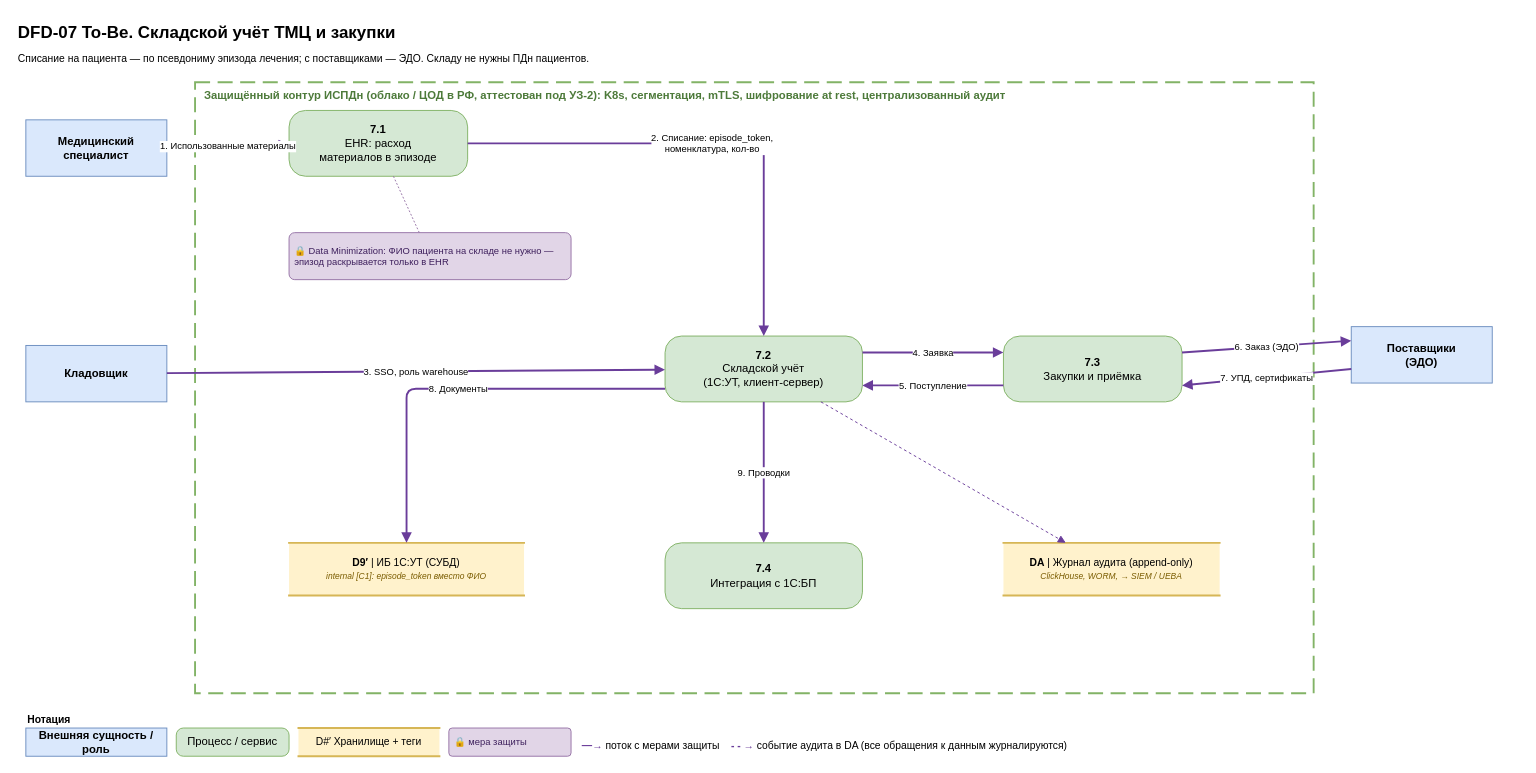
The draw.io diagram Task1/dfd/DFD-07-inventory.drawio in SiritosKon/architecture-medikamente, before the edit. Source tidied: cells renumbered, new cells numbered last; positions are measured from the earlier drawing's top-left corner, leaving out a move shared by most shapes. Both pictures are drawn from the tidied source at 94%, with x=0, y=0 at pixel (16, 16).
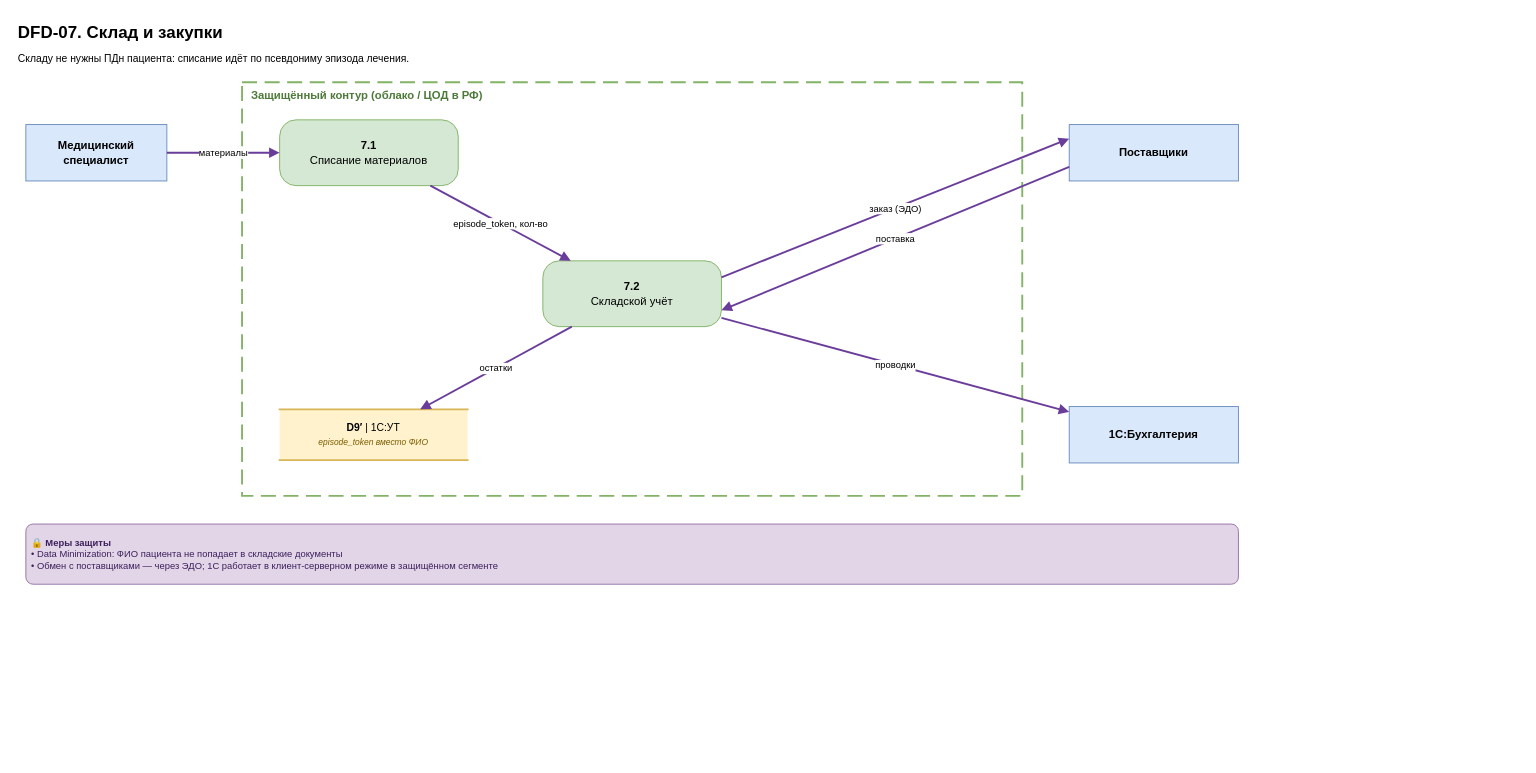
The same diagram, later.

Change to the diagram source:
```diff
@@
-    <mxCell id="2" value="DFD-07 To-Be. Складской учёт ТМЦ и закупки" style="text;html=1;align=left;verticalAlign=top;fontSize=18;fontStyle=1;whiteSpace=wrap;" parent="1" vertex="1">
-      <mxGeometry width="1600" height="30" as="geometry" />
+    <mxCell id="2" value="DFD-07. Склад и закупки" style="text;html=1;align=left;verticalAlign=top;fontSize=18;fontStyle=1;whiteSpace=wrap;" parent="1" vertex="1">
+      <mxGeometry width="1320" height="30" as="geometry" />
     </mxCell>
-    <mxCell id="3" value="Списание на пациента — по псевдониму эпизода лечения; с поставщиками — ЭДО. Складу не нужны ПДн пациентов." style="text;html=1;align=left;verticalAlign=top;fontSize=11;whiteSpace=wrap;" parent="1" vertex="1">
-      <mxGeometry y="32" width="1600" height="30" as="geometry" />
+    <mxCell id="3" value="Складу не нужны ПДн пациента: списание идёт по псевдониму эпизода лечения." style="text;html=1;align=left;verticalAlign=top;fontSize=11;whiteSpace=wrap;" parent="1" vertex="1">
+      <mxGeometry y="32" width="1320" height="24" as="geometry" />
     </mxCell>
-    <mxCell id="4" value="Защищённый контур ИСПДн (облако / ЦОД в РФ, аттестован под УЗ-2): K8s, сегментация, mTLS, шифрование at rest, централизованный аудит" style="rounded=0;whiteSpace=wrap;html=1;dashed=1;dashPattern=8 4;fillColor=none;strokeColor=#82b366;strokeWidth=2;verticalAlign=top;align=left;spacingLeft=8;fontColor=#4d7a3a;fontStyle=1;fontSize=12;" parent="1" vertex="1">
-      <mxGeometry x="190" y="70" width="1190" height="650" as="geometry" />
+    <mxCell id="4" value="Защищённый контур (облако / ЦОД в РФ)" style="rounded=0;whiteSpace=wrap;html=1;dashed=1;dashPattern=8 4;fillColor=none;strokeColor=#82b366;strokeWidth=2;verticalAlign=top;align=left;spacingLeft=8;fontColor=#4d7a3a;fontStyle=1;fontSize=12;" parent="1" vertex="1">
+      <mxGeometry x="240" y="70" width="830" height="440" as="geometry" />
     </mxCell>
-    <mxCell id="5" value="&lt;b&gt;Нотация&lt;/b&gt;" style="text;html=1;align=left;verticalAlign=top;fontSize=11;whiteSpace=wrap;" parent="1" vertex="1">
-      <mxGeometry x="10" y="735" width="250" height="20" as="geometry" />
+    <mxCell id="5" value="Медицинский&lt;br&gt;специалист" style="rounded=0;whiteSpace=wrap;html=1;fillColor=#dae8fc;strokeColor=#6c8ebf;fontStyle=1;fontSize=12;" parent="1" vertex="1">
+      <mxGeometry x="10" y="115" width="150" height="60" as="geometry" />
     </mxCell>
-    <mxCell id="6" value="Внешняя сущность / роль" style="rounded=0;whiteSpace=wrap;html=1;fillColor=#dae8fc;strokeColor=#6c8ebf;fontStyle=1;fontSize=12;" parent="1" vertex="1">
-      <mxGeometry x="10" y="757" width="150" height="30" as="geometry" />
+    <mxCell id="6" value="Поставщики" style="rounded=0;whiteSpace=wrap;html=1;fillColor=#dae8fc;strokeColor=#6c8ebf;fontStyle=1;fontSize=12;" parent="1" vertex="1">
+      <mxGeometry x="1120" y="115" width="180" height="60" as="geometry" />
     </mxCell>
-    <mxCell id="7" value="Процесс / сервис" style="rounded=1;arcSize=25;whiteSpace=wrap;html=1;fillColor=#d5e8d4;strokeColor=#82b366;fontSize=12;" parent="1" vertex="1">
-      <mxGeometry x="170" y="757" width="120" height="30" as="geometry" />
+    <mxCell id="7" value="1С:Бухгалтерия" style="rounded=0;whiteSpace=wrap;html=1;fillColor=#dae8fc;strokeColor=#6c8ebf;fontStyle=1;fontSize=12;" parent="1" vertex="1">
+      <mxGeometry x="1120" y="415" width="180" height="60" as="geometry" />
     </mxCell>
-    <mxCell id="8" value="D#′ Хранилище + теги" style="shape=partialRectangle;whiteSpace=wrap;html=1;left=0;right=0;fillColor=#fff2cc;strokeColor=#d6b656;strokeWidth=2;fontSize=11;" parent="1" vertex="1">
-      <mxGeometry x="300" y="757" width="150" height="30" as="geometry" />
+    <mxCell id="8" value="&lt;b&gt;7.1&lt;/b&gt;&lt;br&gt;Списание материалов" style="rounded=1;arcSize=25;whiteSpace=wrap;html=1;fillColor=#d5e8d4;strokeColor=#82b366;fontSize=12;" parent="1" vertex="1">
+      <mxGeometry x="280" y="110" width="190" height="70" as="geometry" />
     </mxCell>
-    <mxCell id="9" value="🔒 мера защиты" style="rounded=1;whiteSpace=wrap;html=1;fillColor=#e1d5e7;strokeColor=#9673a6;fontColor=#3d1f5c;fontSize=10;align=left;spacingLeft=4;arcSize=12;" parent="1" vertex="1">
-      <mxGeometry x="460" y="757" width="130" height="30" as="geometry" />
+    <mxCell id="9" value="&lt;b&gt;7.2&lt;/b&gt;&lt;br&gt;Складской учёт" style="rounded=1;arcSize=25;whiteSpace=wrap;html=1;fillColor=#d5e8d4;strokeColor=#82b366;fontSize=12;" parent="1" vertex="1">
+      <mxGeometry x="560" y="260" width="190" height="70" as="geometry" />
     </mxCell>
-    <mxCell id="10" value="&lt;font color=&quot;#6a3d9a&quot;&gt;&lt;b&gt;—→&lt;/b&gt;&lt;/font&gt; поток с мерами защиты &amp;nbsp;&amp;nbsp; &lt;font color=&quot;#6a3d9a&quot;&gt;&lt;b&gt;- - →&lt;/b&gt;&lt;/font&gt; событие аудита в DA (все обращения к данным журналируются)" style="text;html=1;align=left;verticalAlign=top;fontSize=11;whiteSpace=wrap;" parent="1" vertex="1">
-      <mxGeometry x="600" y="763" width="600" height="20" as="geometry" />
+    <mxCell id="10" value="&lt;b&gt;D9′&lt;/b&gt; | 1С:УТ&lt;br&gt;&lt;i&gt;&lt;font style=&quot;font-size:9px&quot; color=&quot;#7a5c00&quot;&gt;episode_token вместо ФИО&lt;/font&gt;&lt;/i&gt;" style="shape=partialRectangle;whiteSpace=wrap;html=1;left=0;right=0;fillColor=#fff2cc;strokeColor=#d6b656;strokeWidth=2;fontSize=11;" parent="1" vertex="1">
+      <mxGeometry x="280" y="418" width="200" height="54" as="geometry" />
     </mxCell>
-    <mxCell id="11" value="Медицинский&lt;br&gt;специалист" style="rounded=0;whiteSpace=wrap;html=1;fillColor=#dae8fc;strokeColor=#6c8ebf;fontStyle=1;fontSize=12;" parent="1" vertex="1">
-      <mxGeometry x="10" y="110" width="150" height="60" as="geometry" />
+    <mxCell id="11" value="материалы" style="html=1;endArrow=block;endFill=1;strokeColor=#6a3d9a;strokeWidth=2;fontSize=10;labelBackgroundColor=#ffffff;" parent="1" edge="1" source="5" target="8">
+      <mxGeometry relative="1" as="geometry" />
     </mxCell>
-    <mxCell id="12" value="Кладовщик" style="rounded=0;whiteSpace=wrap;html=1;fillColor=#dae8fc;strokeColor=#6c8ebf;fontStyle=1;fontSize=12;" parent="1" vertex="1">
-      <mxGeometry x="10" y="350" width="150" height="60" as="geometry" />
+    <mxCell id="12" value="episode_token, кол-во" style="html=1;endArrow=block;endFill=1;strokeColor=#6a3d9a;strokeWidth=2;fontSize=10;labelBackgroundColor=#ffffff;" parent="1" edge="1" source="8" target="9">
+      <mxGeometry relative="1" as="geometry" />
     </mxCell>
-    <mxCell id="13" value="Поставщики&lt;br&gt;(ЭДО)" style="rounded=0;whiteSpace=wrap;html=1;fillColor=#dae8fc;strokeColor=#6c8ebf;fontStyle=1;fontSize=12;" parent="1" vertex="1">
-      <mxGeometry x="1420" y="330" width="150" height="60" as="geometry" />
+    <mxCell id="13" value="заказ (ЭДО)" style="html=1;endArrow=block;endFill=1;strokeColor=#6a3d9a;strokeWidth=2;fontSize=10;labelBackgroundColor=#ffffff;exitX=1;exitY=0.24999999999999997;exitDx=0;exitDy=0;entryX=0;entryY=0.24999999999999997;entryDx=0;entryDy=0;" parent="1" edge="1" source="9" target="6">
+      <mxGeometry relative="1" as="geometry" />
     </mxCell>
-    <mxCell id="14" value="&lt;b&gt;7.1&lt;/b&gt;&lt;br&gt;EHR: расход&lt;br&gt;материалов в эпизоде" style="rounded=1;arcSize=25;whiteSpace=wrap;html=1;fillColor=#d5e8d4;strokeColor=#82b366;fontSize=12;" parent="1" vertex="1">
-      <mxGeometry x="290" y="100" width="190" height="70" as="geometry" />
+    <mxCell id="14" value="поставка" style="html=1;endArrow=block;endFill=1;strokeColor=#6a3d9a;strokeWidth=2;fontSize=10;labelBackgroundColor=#ffffff;exitX=0;exitY=0.75;exitDx=0;exitDy=0;entryX=1;entryY=0.75;entryDx=0;entryDy=0;" parent="1" edge="1" source="6" target="9">
+      <mxGeometry relative="1" as="geometry" />
     </mxCell>
-    <mxCell id="15" value="&lt;b&gt;7.2&lt;/b&gt;&lt;br&gt;Складской учёт&lt;br&gt;(1С:УТ, клиент-сервер)" style="rounded=1;arcSize=25;whiteSpace=wrap;html=1;fillColor=#d5e8d4;strokeColor=#82b366;fontSize=12;" parent="1" vertex="1">
-      <mxGeometry x="690" y="340" width="210" height="70" as="geometry" />
+    <mxCell id="15" value="остатки" style="html=1;endArrow=block;endFill=1;strokeColor=#6a3d9a;strokeWidth=2;fontSize=10;labelBackgroundColor=#ffffff;" parent="1" edge="1" source="9" target="10">
+      <mxGeometry relative="1" as="geometry" />
     </mxCell>
-    <mxCell id="16" value="&lt;b&gt;7.3&lt;/b&gt;&lt;br&gt;Закупки и приёмка" style="rounded=1;arcSize=25;whiteSpace=wrap;html=1;fillColor=#d5e8d4;strokeColor=#82b366;fontSize=12;" parent="1" vertex="1">
-      <mxGeometry x="1050" y="340" width="190" height="70" as="geometry" />
+    <mxCell id="16" value="проводки" style="html=1;endArrow=block;endFill=1;strokeColor=#6a3d9a;strokeWidth=2;fontSize=10;labelBackgroundColor=#ffffff;" parent="1" edge="1" source="9" target="7">
+      <mxGeometry relative="1" as="geometry" />
     </mxCell>
-    <mxCell id="17" value="&lt;b&gt;7.4&lt;/b&gt;&lt;br&gt;Интеграция с 1С:БП" style="rounded=1;arcSize=25;whiteSpace=wrap;html=1;fillColor=#d5e8d4;strokeColor=#82b366;fontSize=12;" parent="1" vertex="1">
-      <mxGeometry x="690" y="560" width="210" height="70" as="geometry" />
+    <mxCell id="17" value="&lt;b&gt;🔒 Меры защиты&lt;/b&gt;&lt;br&gt;• Data Minimization: ФИО пациента не попадает в складские документы&lt;br&gt;• Обмен с поставщиками — через ЭДО; 1С работает в клиент-серверном режиме в защищённом сегменте" style="rounded=1;whiteSpace=wrap;html=1;fillColor=#e1d5e7;strokeColor=#9673a6;fontColor=#3d1f5c;fontSize=10;align=left;spacingLeft=4;arcSize=12;" parent="1" vertex="1">
+      <mxGeometry x="10" y="540" width="1290" height="64" as="geometry" />
     </mxCell>
-    <mxCell id="18" value="&lt;b&gt;D9′&lt;/b&gt; | ИБ 1С:УТ (СУБД)&lt;br&gt;&lt;i&gt;&lt;font style=&quot;font-size:9px&quot; color=&quot;#7a5c00&quot;&gt;internal [C1]: episode_token вместо ФИО&lt;/font&gt;&lt;/i&gt;" style="shape=partialRectangle;whiteSpace=wrap;html=1;left=0;right=0;fillColor=#fff2cc;strokeColor=#d6b656;strokeWidth=2;fontSize=11;" parent="1" vertex="1">
-      <mxGeometry x="290" y="560" width="250" height="56" as="geometry" />
-    </mxCell>
-    <mxCell id="19" value="1. Использованные материалы" style="html=1;endArrow=block;endFill=1;strokeColor=#6a3d9a;strokeWidth=2;fontSize=10;labelBackgroundColor=#ffffff;" parent="1" edge="1" source="11" target="14">
-      <mxGeometry relative="1" as="geometry" />
-    </mxCell>
-    <mxCell id="20" value="2. Списание: episode_token,&lt;br&gt;номенклатура, кол-во" style="html=1;endArrow=block;endFill=1;strokeColor=#6a3d9a;strokeWidth=2;fontSize=10;labelBackgroundColor=#ffffff;exitX=1;exitY=0.5;exitDx=0;exitDy=0;entryX=0.5;entryY=0;entryDx=0;entryDy=0;" parent="1" edge="1" source="14" target="15">
-      <mxGeometry relative="1" as="geometry">
-        <Array as="points">
-          <mxPoint x="795" y="135" />
-        </Array>
-      </mxGeometry>
-    </mxCell>
-    <mxCell id="21" value="3. SSO, роль warehouse" style="html=1;endArrow=block;endFill=1;strokeColor=#6a3d9a;strokeWidth=2;fontSize=10;labelBackgroundColor=#ffffff;" parent="1" edge="1" source="12" target="15">
-      <mxGeometry relative="1" as="geometry" />
-    </mxCell>
-    <mxCell id="22" value="4. Заявка" style="html=1;endArrow=block;endFill=1;strokeColor=#6a3d9a;strokeWidth=2;fontSize=10;labelBackgroundColor=#ffffff;exitX=1;exitY=0.24999999999999997;exitDx=0;exitDy=0;entryX=0;entryY=0.24999999999999997;entryDx=0;entryDy=0;" parent="1" edge="1" source="15" target="16">
-      <mxGeometry relative="1" as="geometry" />
-    </mxCell>
-    <mxCell id="23" value="5. Поступление" style="html=1;endArrow=block;endFill=1;strokeColor=#6a3d9a;strokeWidth=2;fontSize=10;labelBackgroundColor=#ffffff;exitX=0;exitY=0.75;exitDx=0;exitDy=0;entryX=1;entryY=0.75;entryDx=0;entryDy=0;" parent="1" edge="1" source="16" target="15">
-      <mxGeometry relative="1" as="geometry" />
-    </mxCell>
-    <mxCell id="24" value="6. Заказ (ЭДО)" style="html=1;endArrow=block;endFill=1;strokeColor=#6a3d9a;strokeWidth=2;fontSize=10;labelBackgroundColor=#ffffff;exitX=1;exitY=0.24999999999999997;exitDx=0;exitDy=0;entryX=0;entryY=0.24999999999999997;entryDx=0;entryDy=0;" parent="1" edge="1" source="16" target="13">
-      <mxGeometry relative="1" as="geometry" />
-    </mxCell>
-    <mxCell id="25" value="7. УПД, сертификаты" style="html=1;endArrow=block;endFill=1;strokeColor=#6a3d9a;strokeWidth=2;fontSize=10;labelBackgroundColor=#ffffff;exitX=0;exitY=0.75;exitDx=0;exitDy=0;entryX=1;entryY=0.75;entryDx=0;entryDy=0;" parent="1" edge="1" source="13" target="16">
-      <mxGeometry relative="1" as="geometry" />
-    </mxCell>
-    <mxCell id="26" value="8. Документы" style="html=1;endArrow=block;endFill=1;strokeColor=#6a3d9a;strokeWidth=2;fontSize=10;labelBackgroundColor=#ffffff;exitX=0;exitY=0.8;exitDx=0;exitDy=0;entryX=0.5;entryY=0;entryDx=0;entryDy=0;" parent="1" edge="1" source="15" target="18">
-      <mxGeometry relative="1" as="geometry">
-        <Array as="points">
-          <mxPoint x="415" y="396" />
-        </Array>
-      </mxGeometry>
-    </mxCell>
-    <mxCell id="27" value="9. Проводки" style="html=1;endArrow=block;endFill=1;strokeColor=#6a3d9a;strokeWidth=2;fontSize=10;labelBackgroundColor=#ffffff;" parent="1" edge="1" source="15" target="17">
-      <mxGeometry relative="1" as="geometry" />
-    </mxCell>
-    <mxCell id="28" value="&lt;b&gt;DA&lt;/b&gt; | Журнал аудита (append-only)&lt;br&gt;&lt;i&gt;&lt;font style=&quot;font-size:9px&quot; color=&quot;#7a5c00&quot;&gt;ClickHouse, WORM, → SIEM / UEBA&lt;/font&gt;&lt;/i&gt;" style="shape=partialRectangle;whiteSpace=wrap;html=1;left=0;right=0;fillColor=#fff2cc;strokeColor=#d6b656;strokeWidth=2;fontSize=11;" parent="1" vertex="1">
-      <mxGeometry x="1050" y="560" width="230" height="56" as="geometry" />
-    </mxCell>
-    <mxCell id="29" style="html=1;endArrow=block;endFill=1;strokeColor=#6a3d9a;dashed=1;fontSize=10;fontColor=#4b2a70;labelBackgroundColor=#ffffff;" parent="1" edge="1" source="15" target="28">
-      <mxGeometry relative="1" as="geometry" />
-    </mxCell>
-    <mxCell id="30" value="🔒 Data Minimization: ФИО пациента на складе не нужно — эпизод раскрывается только в EHR" style="rounded=1;whiteSpace=wrap;html=1;fillColor=#e1d5e7;strokeColor=#9673a6;fontColor=#3d1f5c;fontSize=10;align=left;spacingLeft=4;arcSize=12;" parent="1" vertex="1">
-      <mxGeometry x="290" y="230" width="300" height="50" as="geometry" />
-    </mxCell>
-    <mxCell id="31" style="html=1;endArrow=none;strokeColor=#9673a6;dashed=1;dashPattern=2 2;" parent="1" edge="1" source="30" target="14">
-      <mxGeometry relative="1" as="geometry" />
-    </mxCell>
```
